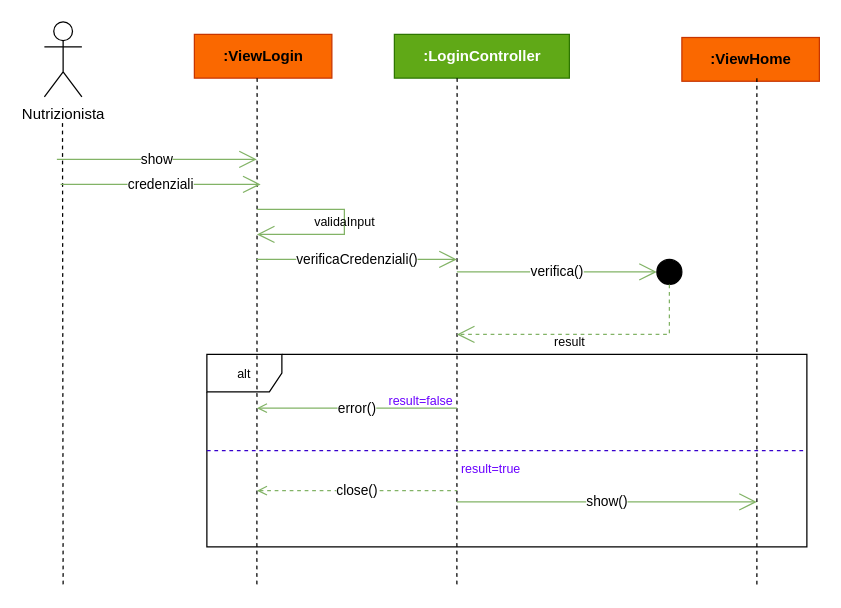
Before: Interazioni/interazioneLoginDettaglio.drawio in DeborohNoah/IngSoft, a draw.io diagram. Source tidied: cells renumbered, new cells numbered last; positions are measured from the earlier drawing's top-left corner, leaving out a move shared by most shapes. Both pictures are drawn from the tidied source at 125%, with x=0, y=0 at pixel (44, 21).
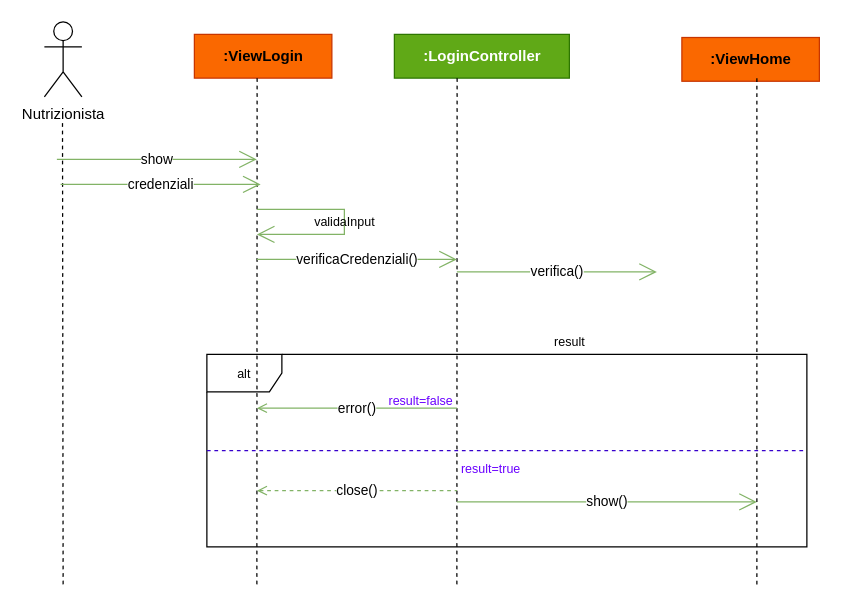
After the change.

What changed in the source:
```diff
@@
-    <mxCell id="15" style="ellipse;whiteSpace=wrap;html=1;fontSize=10;fillColor=#000000;" parent="1" vertex="1">
-      <mxGeometry x="490" y="190" width="20" height="20" as="geometry" />
-    </mxCell>
-    <mxCell id="16" style="endArrow=open;endFill=0;endSize=12;html=1;rounded=0;fillColor=#60a917;strokeColor=#82B366;exitX=0.5;exitY=1;exitDx=0;exitDy=0;dashed=1;" parent="1" edge="1" source="15">
-      <mxGeometry relative="1" as="geometry">
-        <mxPoint x="330" y="250" as="targetPoint" />
-        <Array as="points">
-          <mxPoint x="500" y="230" />
-          <mxPoint x="500" y="250" />
-        </Array>
-      </mxGeometry>
-    </mxCell>
```
